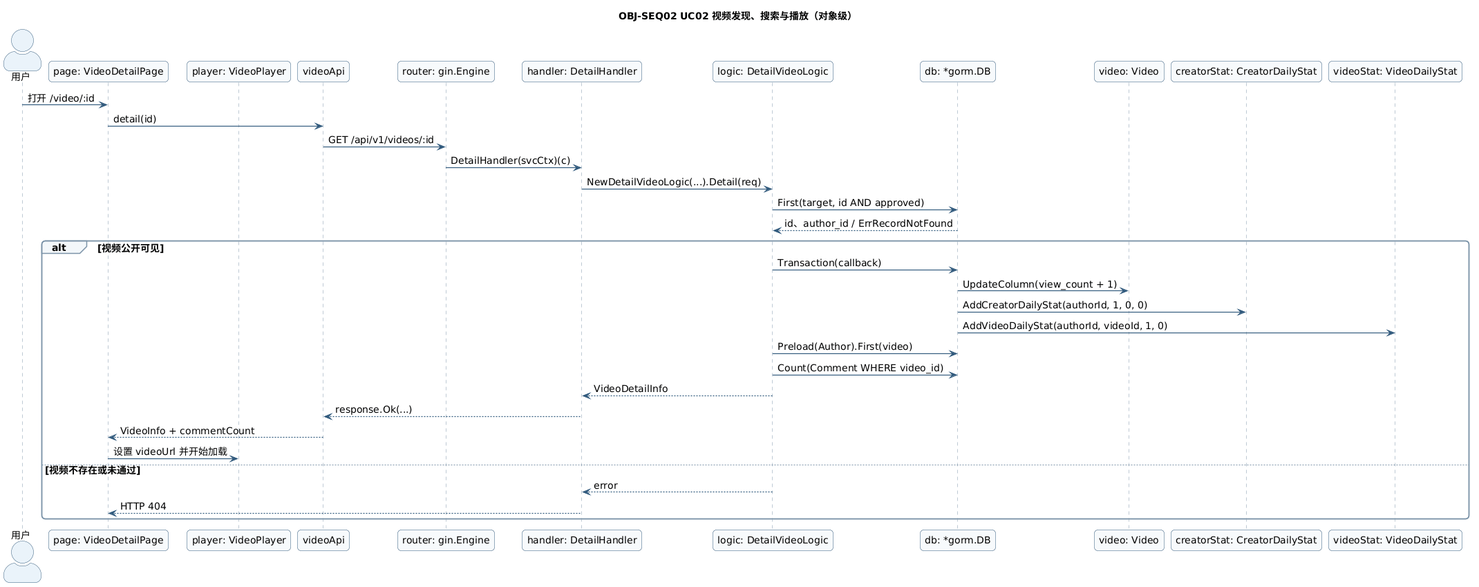
Above: docs/models/object/OBJ-SEQ02.png in DanmakuStream-Team/DanmakuStream (PlantUML), before the change. The source it was exported from:
```plantuml
@startuml OBJ-SEQ02
skinparam backgroundColor #FFFFFF
skinparam defaultFontName SansSerif
skinparam defaultFontSize 14
skinparam shadowing false
skinparam roundcorner 10
skinparam ArrowColor #315A7D
skinparam ArrowThickness 1.2
skinparam packageStyle rectangle
skinparam componentStyle rectangle
skinparam actorStyle awesome
skinparam classAttributeIconSize 0
skinparam classBackgroundColor #F7FAFC
skinparam classBorderColor #315A7D
skinparam classFontColor #17324D
skinparam componentBackgroundColor #F7FAFC
skinparam componentBorderColor #315A7D
skinparam componentFontColor #17324D
skinparam nodeBackgroundColor #F7FAFC
skinparam nodeBorderColor #315A7D
skinparam databaseBackgroundColor #FFF8E8
skinparam databaseBorderColor #A56B00
skinparam sequenceActorBorderColor #315A7D
skinparam sequenceActorBackgroundColor #EAF3FA
skinparam sequenceParticipantBorderColor #315A7D
skinparam sequenceParticipantBackgroundColor #F7FAFC
skinparam sequenceLifeLineBorderColor #7C93A8
skinparam sequenceGroupBorderColor #7C93A8
skinparam sequenceGroupBackgroundColor #F3F7FA
skinparam usecaseBackgroundColor #F7FAFC
skinparam usecaseBorderColor #315A7D
skinparam noteBackgroundColor #FFF8E8
skinparam noteBorderColor #A56B00

title OBJ-SEQ02 UC02 视频发现、搜索与播放（对象级）

actor "用户" as User
participant "page: VideoDetailPage" as Page
participant "player: VideoPlayer" as Player
participant "videoApi" as Api
participant "router: gin.Engine" as Router
participant "handler: DetailHandler" as Handler
participant "logic: DetailVideoLogic" as Logic
participant "db: *gorm.DB" as DB
participant "video: Video" as Video
participant "creatorStat: CreatorDailyStat" as CreatorStat
participant "videoStat: VideoDailyStat" as VideoStat

User -> Page: 打开 /video/:id
Page -> Api: detail(id)
Api -> Router: GET /api/v1/videos/:id
Router -> Handler: DetailHandler(svcCtx)(c)
Handler -> Logic: NewDetailVideoLogic(...).Detail(req)
Logic -> DB: First(target, id AND approved)
DB --> Logic: id、author_id / ErrRecordNotFound
alt 视频公开可见
  Logic -> DB: Transaction(callback)
  DB -> Video: UpdateColumn(view_count + 1)
  DB -> CreatorStat: AddCreatorDailyStat(authorId, 1, 0, 0)
  DB -> VideoStat: AddVideoDailyStat(authorId, videoId, 1, 0)
  Logic -> DB: Preload(Author).First(video)
  Logic -> DB: Count(Comment WHERE video_id)
  Logic --> Handler: VideoDetailInfo
  Handler --> Api: response.Ok(...)
  Api --> Page: VideoInfo + commentCount
  Page -> Player: 设置 videoUrl 并开始加载
else 视频不存在或未通过
  Logic --> Handler: error
  Handler --> Page: HTTP 404
end
@enduml
```
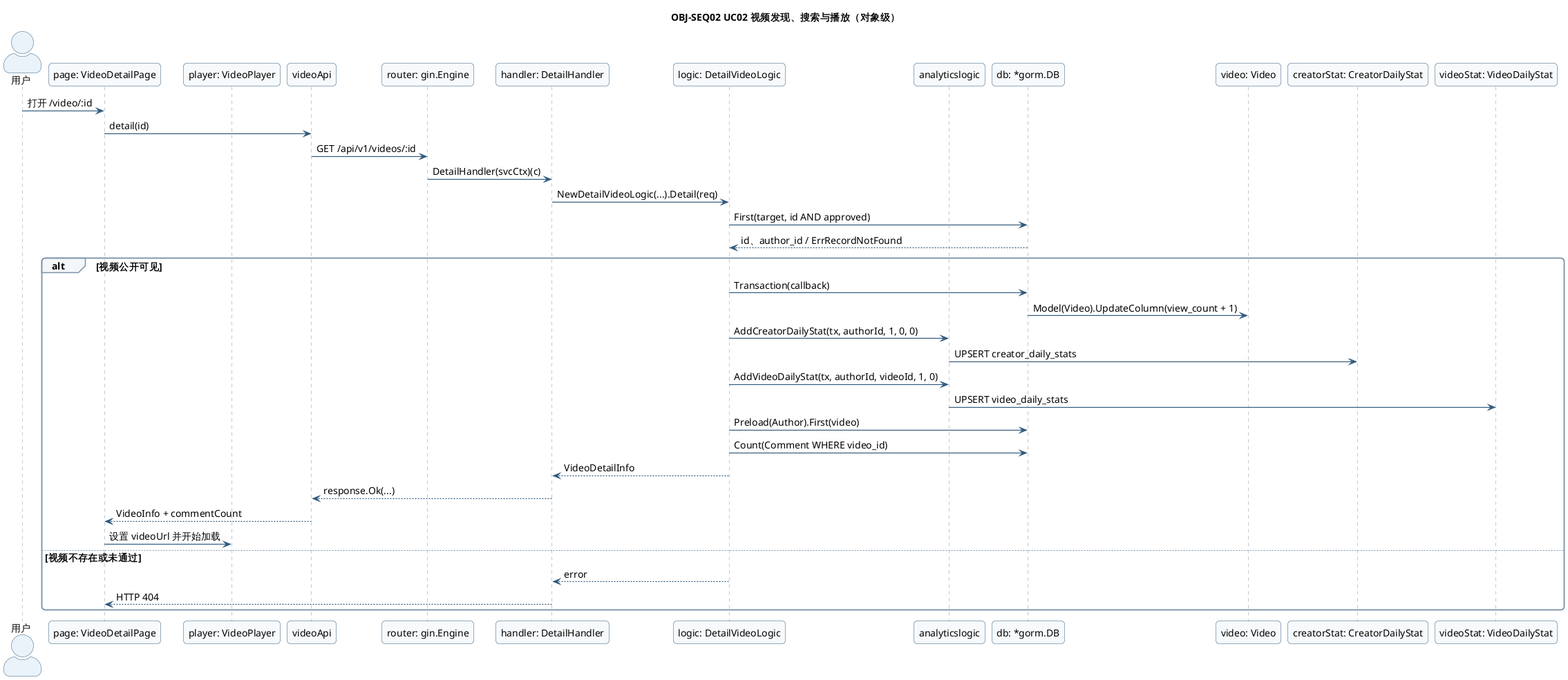
After the commit.

Change to the diagram source:
```diff
@@ -1,37 +1,5 @@
 @startuml OBJ-SEQ02
-skinparam backgroundColor #FFFFFF
-skinparam defaultFontName SansSerif
-skinparam defaultFontSize 14
-skinparam shadowing false
-skinparam roundcorner 10
-skinparam ArrowColor #315A7D
-skinparam ArrowThickness 1.2
-skinparam packageStyle rectangle
-skinparam componentStyle rectangle
-skinparam actorStyle awesome
-skinparam classAttributeIconSize 0
-skinparam classBackgroundColor #F7FAFC
-skinparam classBorderColor #315A7D
-skinparam classFontColor #17324D
-skinparam componentBackgroundColor #F7FAFC
-skinparam componentBorderColor #315A7D
-skinparam componentFontColor #17324D
-skinparam nodeBackgroundColor #F7FAFC
-skinparam nodeBorderColor #315A7D
-skinparam databaseBackgroundColor #FFF8E8
-skinparam databaseBorderColor #A56B00
-skinparam sequenceActorBorderColor #315A7D
-skinparam sequenceActorBackgroundColor #EAF3FA
-skinparam sequenceParticipantBorderColor #315A7D
-skinparam sequenceParticipantBackgroundColor #F7FAFC
-skinparam sequenceLifeLineBorderColor #7C93A8
-skinparam sequenceGroupBorderColor #7C93A8
-skinparam sequenceGroupBackgroundColor #F3F7FA
-skinparam usecaseBackgroundColor #F7FAFC
-skinparam usecaseBorderColor #315A7D
-skinparam noteBackgroundColor #FFF8E8
-skinparam noteBorderColor #A56B00
-
+!include ../_theme.puml
 title OBJ-SEQ02 UC02 视频发现、搜索与播放（对象级）
 
 actor "用户" as User
@@ -41,6 +9,7 @@
 participant "router: gin.Engine" as Router
 participant "handler: DetailHandler" as Handler
 participant "logic: DetailVideoLogic" as Logic
+participant "analyticslogic" as Analytics
 participant "db: *gorm.DB" as DB
 participant "video: Video" as Video
 participant "creatorStat: CreatorDailyStat" as CreatorStat
@@ -55,9 +24,11 @@
 DB --> Logic: id、author_id / ErrRecordNotFound
 alt 视频公开可见
   Logic -> DB: Transaction(callback)
-  DB -> Video: UpdateColumn(view_count + 1)
-  DB -> CreatorStat: AddCreatorDailyStat(authorId, 1, 0, 0)
-  DB -> VideoStat: AddVideoDailyStat(authorId, videoId, 1, 0)
+  DB -> Video: Model(Video).UpdateColumn(view_count + 1)
+  Logic -> Analytics: AddCreatorDailyStat(tx, authorId, 1, 0, 0)
+  Analytics -> CreatorStat: UPSERT creator_daily_stats
+  Logic -> Analytics: AddVideoDailyStat(tx, authorId, videoId, 1, 0)
+  Analytics -> VideoStat: UPSERT video_daily_stats
   Logic -> DB: Preload(Author).First(video)
   Logic -> DB: Count(Comment WHERE video_id)
   Logic --> Handler: VideoDetailInfo
```
